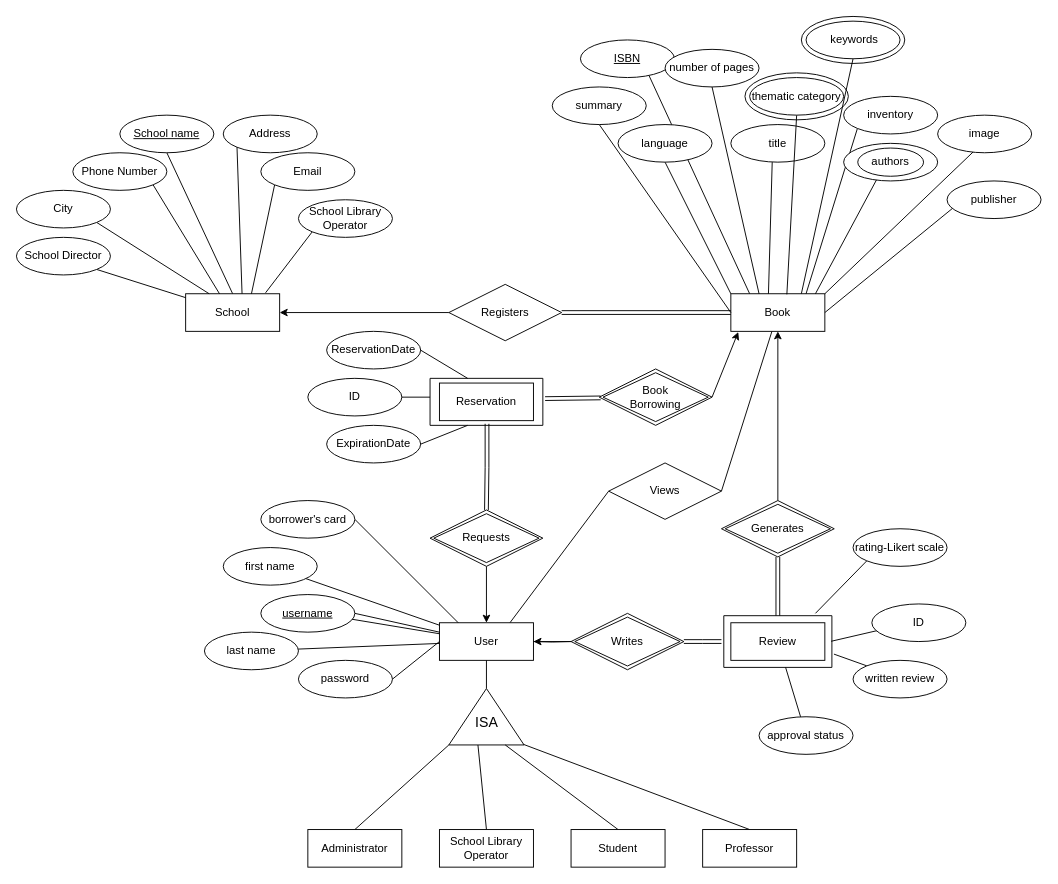
Earlier version of the draw.io diagram diagrams/ER.drawio (ntua-el19877/Databases). Source tidied: cells renumbered, new cells numbered last; positions are measured from the earlier drawing's top-left corner, leaving out a move shared by most shapes. Both pictures are drawn from the tidied source at 94%, with x=0, y=0 at pixel (16, 16).
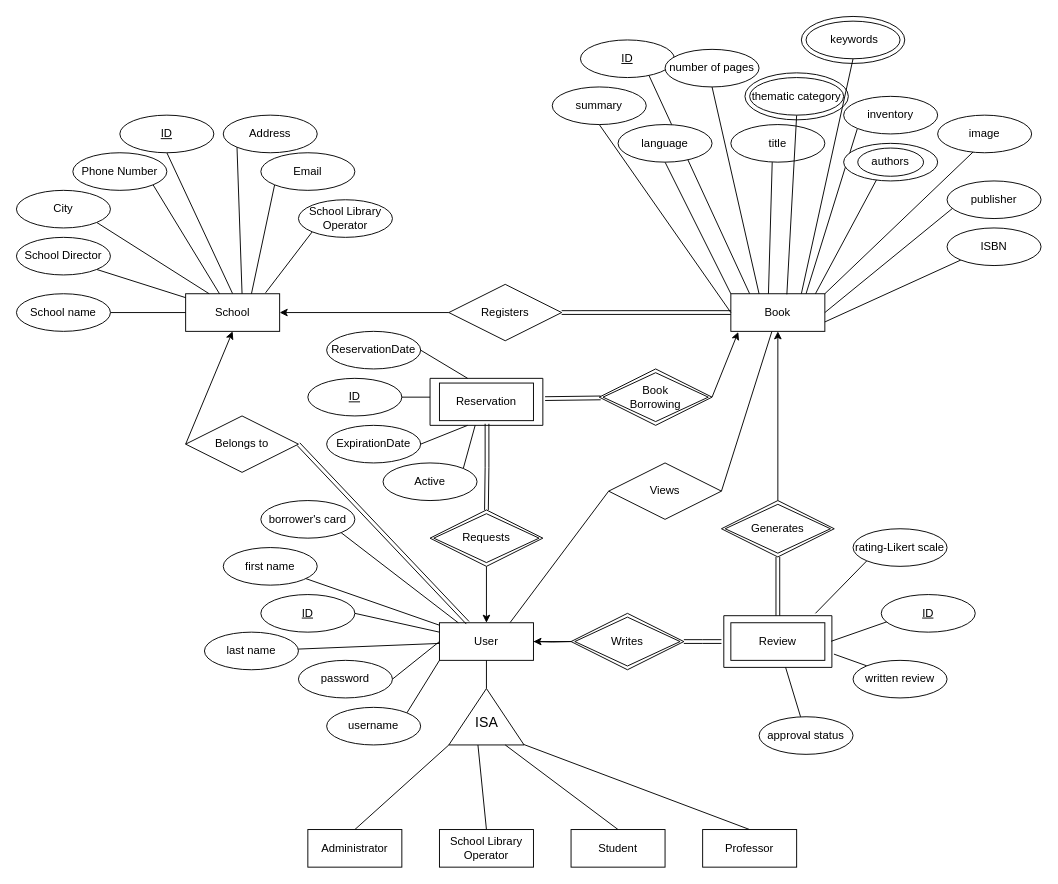
The same diagram, later.

Unchanged cells that the change refers to:
```xml
<mxCell id="5" value="School" style="whiteSpace=wrap;html=1;align=center;" parent="1" vertex="1">
  <mxGeometry x="180" y="295" width="100" height="40" as="geometry" />
</mxCell>
<mxCell id="43" value="User" style="whiteSpace=wrap;html=1;align=center;" parent="1" vertex="1">
  <mxGeometry x="450" y="645" width="100" height="40" as="geometry" />
</mxCell>
<mxCell id="76" style="verticalLabelPosition=bottom;verticalAlign=top;html=1;shape=mxgraph.basic.rect;fillColor2=none;strokeWidth=1;size=20;indent=5;fillColor=none;" parent="1" vertex="1">
  <mxGeometry x="752.5" y="637.5" width="115" height="55" as="geometry" />
</mxCell>
<mxCell id="80" style="verticalLabelPosition=bottom;verticalAlign=top;html=1;shape=mxgraph.basic.rect;fillColor2=none;strokeWidth=1;size=0;indent=100;fillColor=none;" parent="1" vertex="1">
  <mxGeometry x="440" y="385" width="120" height="50" as="geometry" />
</mxCell>
<mxCell id="87" value="borrower's card" style="ellipse;whiteSpace=wrap;html=1;align=center;" parent="1" vertex="1">
  <mxGeometry x="260" y="515" width="100" height="40" as="geometry" />
</mxCell>
```

Change to the diagram source:
```diff
@@
-    <mxCell id="3" value="School name" style="ellipse;whiteSpace=wrap;html=1;align=center;fontStyle=4;" parent="1" vertex="1">
+    <mxCell id="3" value="ID" style="ellipse;whiteSpace=wrap;html=1;align=center;fontStyle=4;" parent="1" vertex="1">
       <mxGeometry x="110" y="105" width="100" height="40" as="geometry" />
     </mxCell>
@@
-    <mxCell id="20" value="ISBN" style="ellipse;whiteSpace=wrap;html=1;align=center;fontStyle=4;" parent="1" vertex="1">
+    <mxCell id="20" value="ID" style="ellipse;whiteSpace=wrap;html=1;align=center;fontStyle=4;" parent="1" vertex="1">
       <mxGeometry x="600" y="25" width="100" height="40" as="geometry" />
     </mxCell>
@@
-    <mxCell id="82" style="rounded=0;jettySize=auto;html=1;entryX=0;entryY=0.25;entryDx=0;entryDy=0;endArrow=none;endFill=0;" parent="1" edge="1" source="43" target="83">
-      <mxGeometry relative="1" as="geometry" />
-    </mxCell>
-    <mxCell id="83" value="username" style="ellipse;whiteSpace=wrap;html=1;align=center;fontStyle=4;" parent="1" vertex="1">
+    <mxCell id="83" value="ID" style="ellipse;whiteSpace=wrap;html=1;align=center;fontStyle=4;" parent="1" vertex="1">
       <mxGeometry x="260" y="615" width="100" height="40" as="geometry" />
     </mxCell>
@@
-    <mxCell id="86" style="rounded=0;jettySize=auto;html=1;exitX=1;exitY=0.5;exitDx=0;exitDy=0;endArrow=none;endFill=0;" parent="1" edge="1" source="87">
+    <mxCell id="86" style="rounded=0;jettySize=auto;html=1;exitX=1;exitY=1;exitDx=0;exitDy=0;endArrow=none;endFill=0;" parent="1" edge="1" source="87">
       <mxGeometry relative="1" as="geometry">
         <mxPoint x="470" y="645" as="targetPoint" />
       </mxGeometry>
     </mxCell>
@@
-    <mxCell id="95" style="rounded=0;jettySize=auto;html=1;exitX=0.076;exitY=0.698;exitDx=0;exitDy=0;entryX=0.993;entryY=0.495;entryDx=0;entryDy=0;entryPerimeter=0;endArrow=none;endFill=0;exitPerimeter=0;" parent="1" edge="1" source="96" target="76">
+    <mxCell id="95" style="rounded=0;jettySize=auto;html=1;exitX=0.06;exitY=0.725;exitDx=0;exitDy=0;entryX=0.993;entryY=0.495;entryDx=0;entryDy=0;entryPerimeter=0;endArrow=none;endFill=0;exitPerimeter=0;" parent="1" edge="1" source="110" target="76">
       <mxGeometry relative="1" as="geometry" />
     </mxCell>
-    <mxCell id="96" value="ID" style="ellipse;whiteSpace=wrap;html=1;align=center;" parent="1" vertex="1">
-      <mxGeometry x="910" y="625" width="100" height="40" as="geometry" />
-    </mxCell>
-    <mxCell id="97" style="rounded=0;jettySize=auto;html=1;exitX=1;exitY=0.5;exitDx=0;exitDy=0;endArrow=none;endFill=0;" parent="1" edge="1" source="98">
+    <mxCell id="97" style="rounded=0;orthogonalLoop=1;jettySize=auto;html=1;exitX=1;exitY=0.5;exitDx=0;exitDy=0;endArrow=none;endFill=0;" parent="1" edge="1">
       <mxGeometry relative="1" as="geometry">
+        <mxPoint x="410" y="405" as="sourcePoint" />
         <mxPoint x="440" y="405" as="targetPoint" />
       </mxGeometry>
     </mxCell>
-    <mxCell id="98" value="ID" style="ellipse;whiteSpace=wrap;html=1;align=center;" parent="1" vertex="1">
-      <mxGeometry x="310" y="385" width="100" height="40" as="geometry" />
-    </mxCell>
@@
+    <mxCell id="103" style="edgeStyle=orthogonalEdgeStyle;rounded=0;jettySize=auto;html=1;exitX=1;exitY=0.5;exitDx=0;exitDy=0;entryX=0;entryY=0.5;entryDx=0;entryDy=0;endArrow=none;endFill=0;" parent="1" edge="1" source="104" target="5">
+      <mxGeometry relative="1" as="geometry" />
+    </mxCell>
+    <mxCell id="104" value="School name" style="ellipse;whiteSpace=wrap;html=1;align=center;" parent="1" vertex="1">
+      <mxGeometry y="295" width="100" height="40" as="geometry" />
+    </mxCell>
+    <mxCell id="105" style="rounded=0;jettySize=auto;html=1;exitX=0;exitY=1;exitDx=0;exitDy=0;endArrow=none;endFill=0;" parent="1" edge="1" source="106">
+      <mxGeometry relative="1" as="geometry">
+        <mxPoint x="860" y="325" as="targetPoint" />
+      </mxGeometry>
+    </mxCell>
+    <mxCell id="106" value="ISBN" style="ellipse;whiteSpace=wrap;html=1;align=center;" parent="1" vertex="1">
+      <mxGeometry x="990" y="225" width="100" height="40" as="geometry" />
+    </mxCell>
+    <mxCell id="107" style="rounded=0;jettySize=auto;html=1;exitX=1;exitY=0;exitDx=0;exitDy=0;entryX=0;entryY=1;entryDx=0;entryDy=0;endArrow=none;endFill=0;" parent="1" edge="1" source="108" target="43">
+      <mxGeometry relative="1" as="geometry" />
+    </mxCell>
+    <mxCell id="108" value="username" style="ellipse;whiteSpace=wrap;html=1;align=center;" parent="1" vertex="1">
+      <mxGeometry x="330" y="735" width="100" height="40" as="geometry" />
+    </mxCell>
+    <mxCell id="109" value="ID" style="ellipse;whiteSpace=wrap;html=1;align=center;fontStyle=4;" parent="1" vertex="1">
+      <mxGeometry x="310" y="385" width="100" height="40" as="geometry" />
+    </mxCell>
+    <mxCell id="110" value="ID" style="ellipse;whiteSpace=wrap;html=1;align=center;fontStyle=4;" parent="1" vertex="1">
+      <mxGeometry x="920" y="615" width="100" height="40" as="geometry" />
+    </mxCell>
+    <mxCell id="111" style="rounded=0;jettySize=auto;html=1;exitX=1;exitY=0.5;exitDx=0;exitDy=0;endArrow=none;endFill=0;startArrow=none;startFill=0;shape=link;" parent="1" edge="1" source="113">
+      <mxGeometry relative="1" as="geometry">
+        <mxPoint x="480" y="645" as="targetPoint" />
+      </mxGeometry>
+    </mxCell>
+    <mxCell id="112" style="rounded=0;jettySize=auto;html=1;exitX=0;exitY=0.5;exitDx=0;exitDy=0;entryX=0.5;entryY=1;entryDx=0;entryDy=0;" parent="1" edge="1" source="113" target="5">
+      <mxGeometry relative="1" as="geometry" />
+    </mxCell>
+    <mxCell id="113" value="Belongs to" style="shape=rhombus;perimeter=rhombusPerimeter;whiteSpace=wrap;html=1;align=center;" parent="1" vertex="1">
+      <mxGeometry x="180" y="425" width="120" height="60" as="geometry" />
+    </mxCell>
+    <mxCell id="114" style="rounded=0;jettySize=auto;html=1;exitX=1;exitY=0;exitDx=0;exitDy=0;entryX=0.4;entryY=1;entryDx=0;entryDy=0;entryPerimeter=0;endArrow=none;endFill=0;" parent="1" edge="1" source="115" target="80">
+      <mxGeometry relative="1" as="geometry" />
+    </mxCell>
+    <mxCell id="115" value="Active" style="ellipse;whiteSpace=wrap;html=1;align=center;" parent="1" vertex="1">
+      <mxGeometry x="390" y="475" width="100" height="40" as="geometry" />
+    </mxCell>
```
